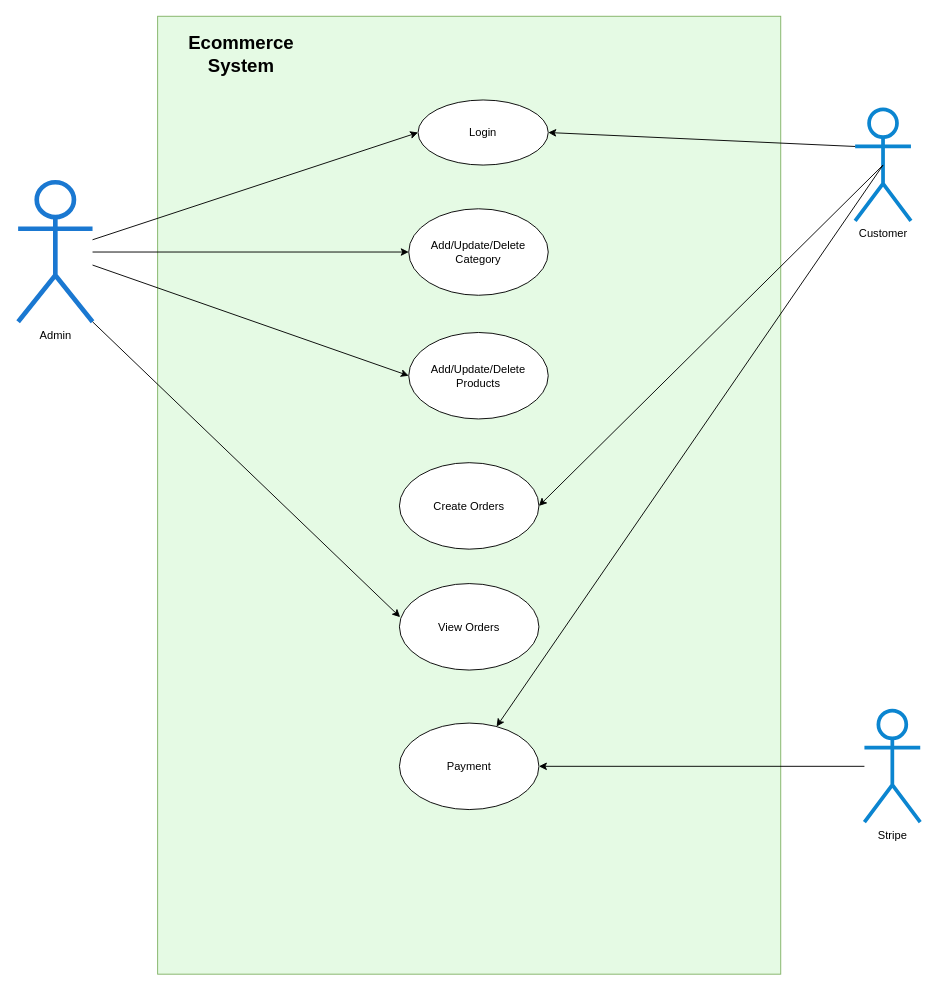
Earlier version of the draw.io diagram Use Case.drawio (amarpreet2209/CSIS4495-diagrams). Source tidied: cells renumbered, new cells numbered last; positions are measured from the earlier drawing's top-left corner, leaving out a move shared by most shapes. Both pictures are drawn from the tidied source at 93%, with x=0, y=0 at pixel (18, 16).
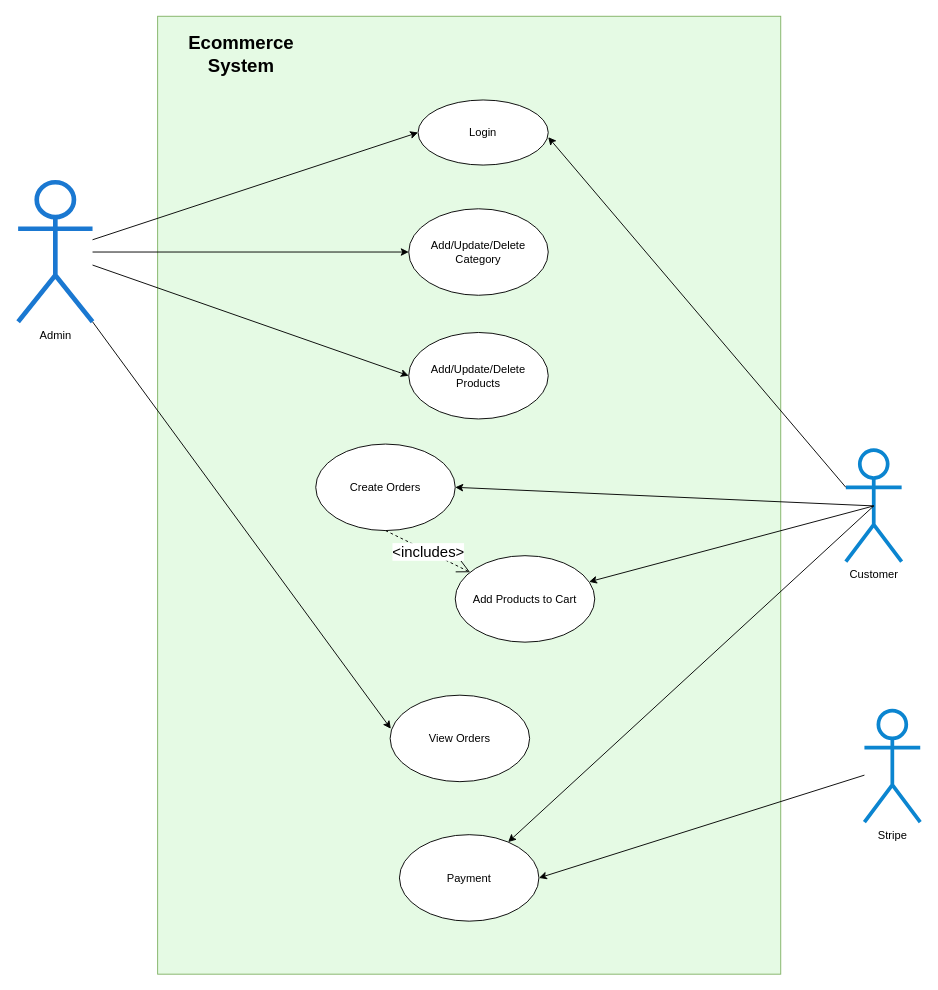
After the change.

The change refers to these unchanged cells:
```xml
<mxCell id="6" value="Login" style="ellipse;whiteSpace=wrap;html=1;" parent="1" vertex="1">
  <mxGeometry x="430" y="90" width="140" height="70" as="geometry" />
</mxCell>
```

What changed in the source:
```diff
@@
     <mxCell id="4" value="Customer" style="shape=umlActor;verticalLabelPosition=bottom;verticalAlign=top;html=1;outlineConnect=0;strokeColor=#0b85d0;strokeWidth=4;" parent="1" vertex="1">
-      <mxGeometry x="900" y="100" width="60" height="120" as="geometry" />
+      <mxGeometry x="890" y="466.5" width="60" height="120" as="geometry" />
     </mxCell>
@@
-    <mxCell id="8" style="endArrow=classic;html=1;rounded=0;entryX=1;entryY=0.5;entryDx=0;entryDy=0;exitX=0;exitY=0.3333333333333333;exitDx=0;exitDy=0;exitPerimeter=0;" parent="1" edge="1" source="4" target="6">
-      <mxGeometry relative="1" as="geometry" />
+    <mxCell id="8" style="endArrow=classic;html=1;rounded=0;exitX=0;exitY=0.3333333333333333;exitDx=0;exitDy=0;exitPerimeter=0;" parent="1" edge="1" source="4">
+      <mxGeometry relative="1" as="geometry">
+        <mxPoint x="570" y="130" as="targetPoint" />
+      </mxGeometry>
     </mxCell>
@@
     <mxCell id="13" value="Create Orders" style="ellipse;whiteSpace=wrap;html=1;" parent="1" vertex="1">
-      <mxGeometry x="410" y="480" width="150" height="93" as="geometry" />
+      <mxGeometry x="320" y="460" width="150" height="93" as="geometry" />
     </mxCell>
     <mxCell id="14" value="View Orders" style="ellipse;whiteSpace=wrap;html=1;" parent="1" vertex="1">
-      <mxGeometry x="410" y="610" width="150" height="93" as="geometry" />
+      <mxGeometry x="400" y="730" width="150" height="93" as="geometry" />
     </mxCell>
@@
     <mxCell id="17" value="Payment" style="ellipse;whiteSpace=wrap;html=1;" parent="1" vertex="1">
-      <mxGeometry x="410" y="760" width="150" height="93" as="geometry" />
+      <mxGeometry x="410" y="880" width="150" height="93" as="geometry" />
     </mxCell>
@@
+    <mxCell id="21" value="Add Products to Cart" style="ellipse;whiteSpace=wrap;html=1;" parent="1" vertex="1">
+      <mxGeometry x="470" y="580" width="150" height="93" as="geometry" />
+    </mxCell>
+    <mxCell id="22" value="&amp;lt;includes&amp;gt;" style="endArrow=open;endSize=12;dashed=1;html=1;rounded=0;exitX=0.5;exitY=1;exitDx=0;exitDy=0;fontSize=16;" parent="1" edge="1" source="13" target="21">
+      <mxGeometry relative="1" as="geometry" />
+    </mxCell>
+    <mxCell id="23" style="endArrow=classic;html=1;rounded=0;exitX=0.5;exitY=0.5;exitDx=0;exitDy=0;exitPerimeter=0;" parent="1" edge="1" source="4" target="21">
+      <mxGeometry relative="1" as="geometry" />
+    </mxCell>
```
